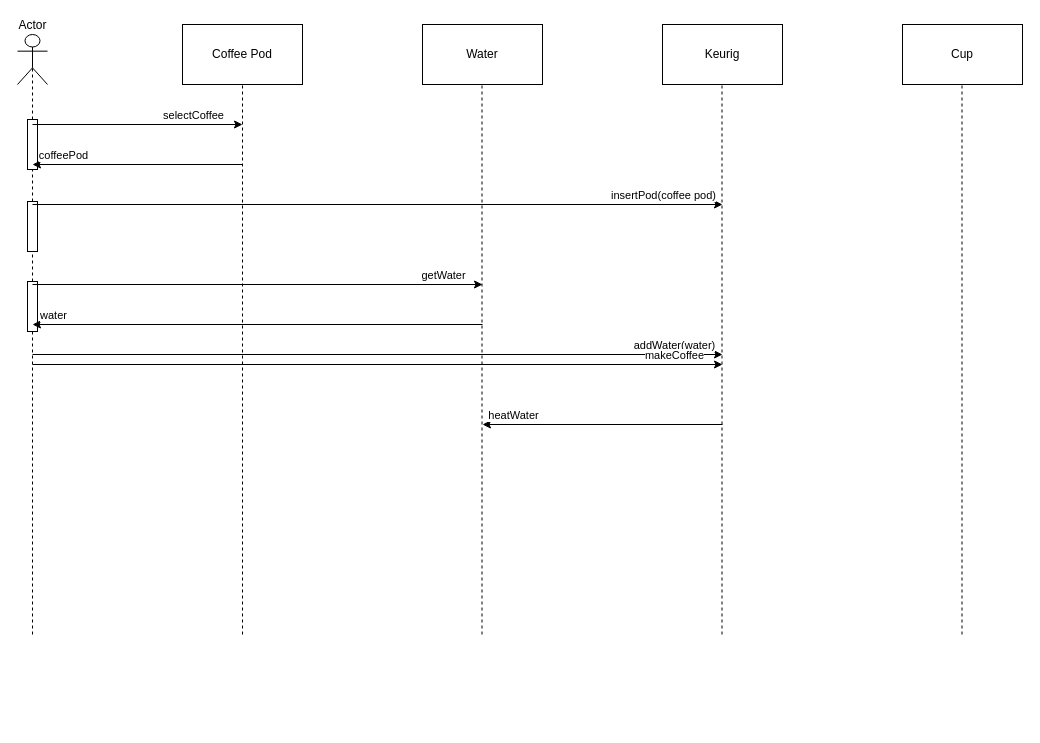
APRATT97/CISC-210 keeps this draw.io diagram as page "Design" (3 of 3) of Untitled Diagram.drawio. Above is the earlier version. Source tidied: cells renumbered, new cells numbered last; positions are measured from the earlier drawing's top-left corner, leaving out a move shared by most shapes. Both pictures are drawn from the tidied source at 100%, with x=0, y=0 at pixel (7, 24).
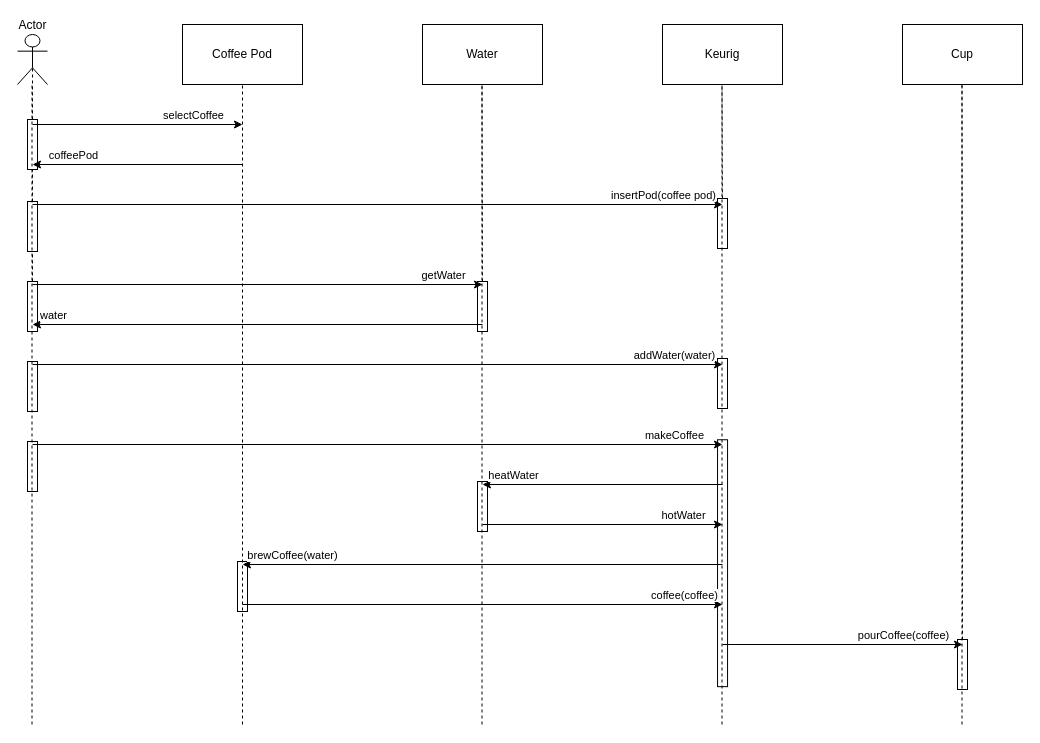
The same page after the edit.

The change refers to these unchanged cells:
```xml
<mxCell id="2" style="rounded=0;whiteSpace=wrap;html=1;rotation=-90;" parent="1" vertex="1">
  <mxGeometry y="277" width="50" height="10" as="geometry" />
</mxCell>
<mxCell id="3" value="Coffee Pod" style="rounded=0;whiteSpace=wrap;html=1;" parent="1" vertex="1">
  <mxGeometry x="175" width="120" height="60" as="geometry" />
</mxCell>
<mxCell id="25" style="endArrow=classic;html=1;" parent="1" edge="1">
  <mxGeometry relative="1" as="geometry">
    <mxPoint x="235" y="140" as="sourcePoint" />
    <mxPoint x="25" y="140" as="targetPoint" />
  </mxGeometry>
</mxCell>
```

Diff of the diagram source:
```diff
@@
+    <mxCell id="34" style="rounded=0;whiteSpace=wrap;html=1;rotation=-90;" parent="1" vertex="1">
+      <mxGeometry x="930" y="635" width="50" height="10" as="geometry" />
+    </mxCell>
+    <mxCell id="35" style="rounded=0;whiteSpace=wrap;html=1;rotation=-90;" parent="1" vertex="1">
+      <mxGeometry x="210" y="557" width="50" height="10" as="geometry" />
+    </mxCell>
+    <mxCell id="36" style="rounded=0;whiteSpace=wrap;html=1;rotation=-90;" parent="1" vertex="1">
+      <mxGeometry x="591.6" y="533.7" width="246.9" height="10" as="geometry" />
+    </mxCell>
+    <mxCell id="37" style="rounded=0;whiteSpace=wrap;html=1;rotation=-90;" parent="1" vertex="1">
+      <mxGeometry x="690" y="354" width="50" height="10" as="geometry" />
+    </mxCell>
+    <mxCell id="38" style="rounded=0;whiteSpace=wrap;html=1;rotation=-90;" parent="1" vertex="1">
+      <mxGeometry x="690" y="194" width="50" height="10" as="geometry" />
+    </mxCell>
+    <mxCell id="39" style="rounded=0;whiteSpace=wrap;html=1;rotation=-90;" parent="1" vertex="1">
+      <mxGeometry x="450" y="477" width="50" height="10" as="geometry" />
+    </mxCell>
+    <mxCell id="40" style="rounded=0;whiteSpace=wrap;html=1;rotation=-90;" parent="1" vertex="1">
+      <mxGeometry x="450" y="277" width="50" height="10" as="geometry" />
+    </mxCell>
+    <mxCell id="41" style="rounded=0;whiteSpace=wrap;html=1;rotation=-90;" parent="1" vertex="1">
+      <mxGeometry y="357" width="50" height="10" as="geometry" />
+    </mxCell>
+    <mxCell id="42" style="rounded=0;whiteSpace=wrap;html=1;rotation=-90;" parent="1" vertex="1">
+      <mxGeometry y="437" width="50" height="10" as="geometry" />
+    </mxCell>
@@
     <mxCell id="9" style="endArrow=none;dashed=1;html=1;entryX=0.5;entryY=1;entryDx=0;entryDy=0;" parent="1" edge="1" target="3">
       <mxGeometry relative="1" as="geometry">
-        <mxPoint x="235" y="610" as="sourcePoint" />
+        <mxPoint x="235" y="700" as="sourcePoint" />
       </mxGeometry>
     </mxCell>
-    <mxCell id="10" style="endArrow=none;dashed=1;html=1;entryX=0.5;entryY=1;entryDx=0;entryDy=0;" parent="1" edge="1">
+    <mxCell id="10" style="endArrow=none;dashed=1;html=1;entryX=0.5;entryY=1;entryDx=0;entryDy=0;" parent="1" edge="1" source="40">
       <mxGeometry relative="1" as="geometry">
-        <mxPoint x="474.5" y="610" as="sourcePoint" />
         <mxPoint x="474.5" y="60" as="targetPoint" />
       </mxGeometry>
     </mxCell>
-    <mxCell id="11" style="endArrow=none;dashed=1;html=1;entryX=0.5;entryY=1;entryDx=0;entryDy=0;" parent="1" edge="1">
+    <mxCell id="11" style="endArrow=none;dashed=1;html=1;entryX=0.5;entryY=1;entryDx=0;entryDy=0;" parent="1" edge="1" source="38">
       <mxGeometry relative="1" as="geometry">
-        <mxPoint x="714.5" y="610" as="sourcePoint" />
         <mxPoint x="714.5" y="60" as="targetPoint" />
       </mxGeometry>
     </mxCell>
-    <mxCell id="12" style="endArrow=none;dashed=1;html=1;entryX=0.5;entryY=1;entryDx=0;entryDy=0;" parent="1" edge="1">
+    <mxCell id="12" style="endArrow=none;dashed=1;html=1;entryX=0.5;entryY=1;entryDx=0;entryDy=0;" parent="1" edge="1" source="34">
       <mxGeometry relative="1" as="geometry">
-        <mxPoint x="954.5" y="610" as="sourcePoint" />
         <mxPoint x="954.5" y="60" as="targetPoint" />
       </mxGeometry>
     </mxCell>
@@
     <mxCell id="15" style="endArrow=classic;html=1;" parent="1" edge="1">
       <mxGeometry relative="1" as="geometry">
-        <mxPoint x="25" y="330" as="sourcePoint" />
-        <mxPoint x="715" y="330" as="targetPoint" />
+        <mxPoint x="25" y="340" as="sourcePoint" />
+        <mxPoint x="715" y="340" as="targetPoint" />
       </mxGeometry>
     </mxCell>
@@
     <mxCell id="17" style="endArrow=classic;html=1;" parent="1" edge="1">
       <mxGeometry relative="1" as="geometry">
-        <mxPoint x="25" y="340" as="sourcePoint" />
-        <mxPoint x="715" y="340" as="targetPoint" />
+        <mxPoint x="25" y="420" as="sourcePoint" />
+        <mxPoint x="715" y="420" as="targetPoint" />
       </mxGeometry>
     </mxCell>
@@
     <mxCell id="19" style="endArrow=classic;html=1;" parent="1" edge="1">
       <mxGeometry relative="1" as="geometry">
-        <mxPoint x="715" y="400" as="sourcePoint" />
-        <mxPoint x="475" y="400" as="targetPoint" />
+        <mxPoint x="715" y="460" as="sourcePoint" />
+        <mxPoint x="475" y="460" as="targetPoint" />
       </mxGeometry>
     </mxCell>
@@
     <mxCell id="26" value="coffeePod" style="edgeLabel;html=1;align=center;verticalAlign=middle;" parent="25" vertex="1">
       <mxGeometry x="-0.15" y="-5" relative="1" as="geometry">
-        <mxPoint x="-91" y="-5" as="offset" />
+        <mxPoint x="-81" y="-5" as="offset" />
       </mxGeometry>
     </mxCell>
@@
-    <mxCell id="33" style="endArrow=none;dashed=1;html=1;" parent="1" edge="1" target="2">
-      <mxGeometry relative="1" as="geometry">
-        <mxPoint x="25" y="610" as="sourcePoint" />
-        <Array as="points">
-          <mxPoint x="25" y="500" />
-        </Array>
-      </mxGeometry>
-    </mxCell>
+    <mxCell id="43" style="endArrow=classic;html=1;" parent="1" edge="1">
+      <mxGeometry relative="1" as="geometry">
+        <mxPoint x="475" y="500" as="sourcePoint" />
+        <mxPoint x="715" y="500" as="targetPoint" />
+      </mxGeometry>
+    </mxCell>
+    <mxCell id="44" value="hotWater" style="edgeLabel;html=1;align=center;verticalAlign=middle;" parent="43" vertex="1">
+      <mxGeometry x="-0.15" y="-5" relative="1" as="geometry">
+        <mxPoint x="98" y="-15" as="offset" />
+      </mxGeometry>
+    </mxCell>
+    <mxCell id="45" style="endArrow=classic;html=1;" parent="1" edge="1">
+      <mxGeometry relative="1" as="geometry">
+        <mxPoint x="715" y="540" as="sourcePoint" />
+        <mxPoint x="235" y="540" as="targetPoint" />
+      </mxGeometry>
+    </mxCell>
+    <mxCell id="46" value="brewCoffee(water)" style="edgeLabel;html=1;align=center;verticalAlign=middle;" parent="45" vertex="1">
+      <mxGeometry x="-0.15" y="-5" relative="1" as="geometry">
+        <mxPoint x="-227" y="-5" as="offset" />
+      </mxGeometry>
+    </mxCell>
+    <mxCell id="47" style="endArrow=classic;html=1;" parent="1" edge="1">
+      <mxGeometry relative="1" as="geometry">
+        <mxPoint x="235" y="580" as="sourcePoint" />
+        <mxPoint x="715" y="580" as="targetPoint" />
+      </mxGeometry>
+    </mxCell>
+    <mxCell id="48" value="coffee(coffee)" style="edgeLabel;html=1;align=center;verticalAlign=middle;" parent="47" vertex="1">
+      <mxGeometry x="-0.15" y="-5" relative="1" as="geometry">
+        <mxPoint x="237" y="-15" as="offset" />
+      </mxGeometry>
+    </mxCell>
+    <mxCell id="49" style="endArrow=classic;html=1;" parent="1" edge="1">
+      <mxGeometry relative="1" as="geometry">
+        <mxPoint x="715" y="620" as="sourcePoint" />
+        <mxPoint x="955" y="620" as="targetPoint" />
+      </mxGeometry>
+    </mxCell>
+    <mxCell id="50" value="pourCoffee(coffee)" style="edgeLabel;html=1;align=center;verticalAlign=middle;" parent="49" vertex="1">
+      <mxGeometry x="-0.15" y="-5" relative="1" as="geometry">
+        <mxPoint x="78" y="-15" as="offset" />
+      </mxGeometry>
+    </mxCell>
+    <mxCell id="51" style="endArrow=none;dashed=1;html=1;entryX=0.5;entryY=1;entryDx=0;entryDy=0;" parent="1" edge="1">
+      <mxGeometry relative="1" as="geometry">
+        <mxPoint x="24.5" y="700" as="sourcePoint" />
+        <mxPoint x="24.5" y="60" as="targetPoint" />
+      </mxGeometry>
+    </mxCell>
+    <mxCell id="52" style="endArrow=none;dashed=1;html=1;entryX=0.5;entryY=1;entryDx=0;entryDy=0;" parent="1" edge="1">
+      <mxGeometry relative="1" as="geometry">
+        <mxPoint x="474.5" y="700" as="sourcePoint" />
+        <mxPoint x="474.5" y="60" as="targetPoint" />
+      </mxGeometry>
+    </mxCell>
+    <mxCell id="53" style="endArrow=none;dashed=1;html=1;entryX=0.5;entryY=1;entryDx=0;entryDy=0;" parent="1" edge="1">
+      <mxGeometry relative="1" as="geometry">
+        <mxPoint x="714.5" y="700" as="sourcePoint" />
+        <mxPoint x="714.5" y="60" as="targetPoint" />
+      </mxGeometry>
+    </mxCell>
+    <mxCell id="54" style="endArrow=none;dashed=1;html=1;entryX=0.5;entryY=1;entryDx=0;entryDy=0;" parent="1" edge="1">
+      <mxGeometry relative="1" as="geometry">
+        <mxPoint x="954.5" y="700" as="sourcePoint" />
+        <mxPoint x="954.5" y="60" as="targetPoint" />
+      </mxGeometry>
+    </mxCell>
```
